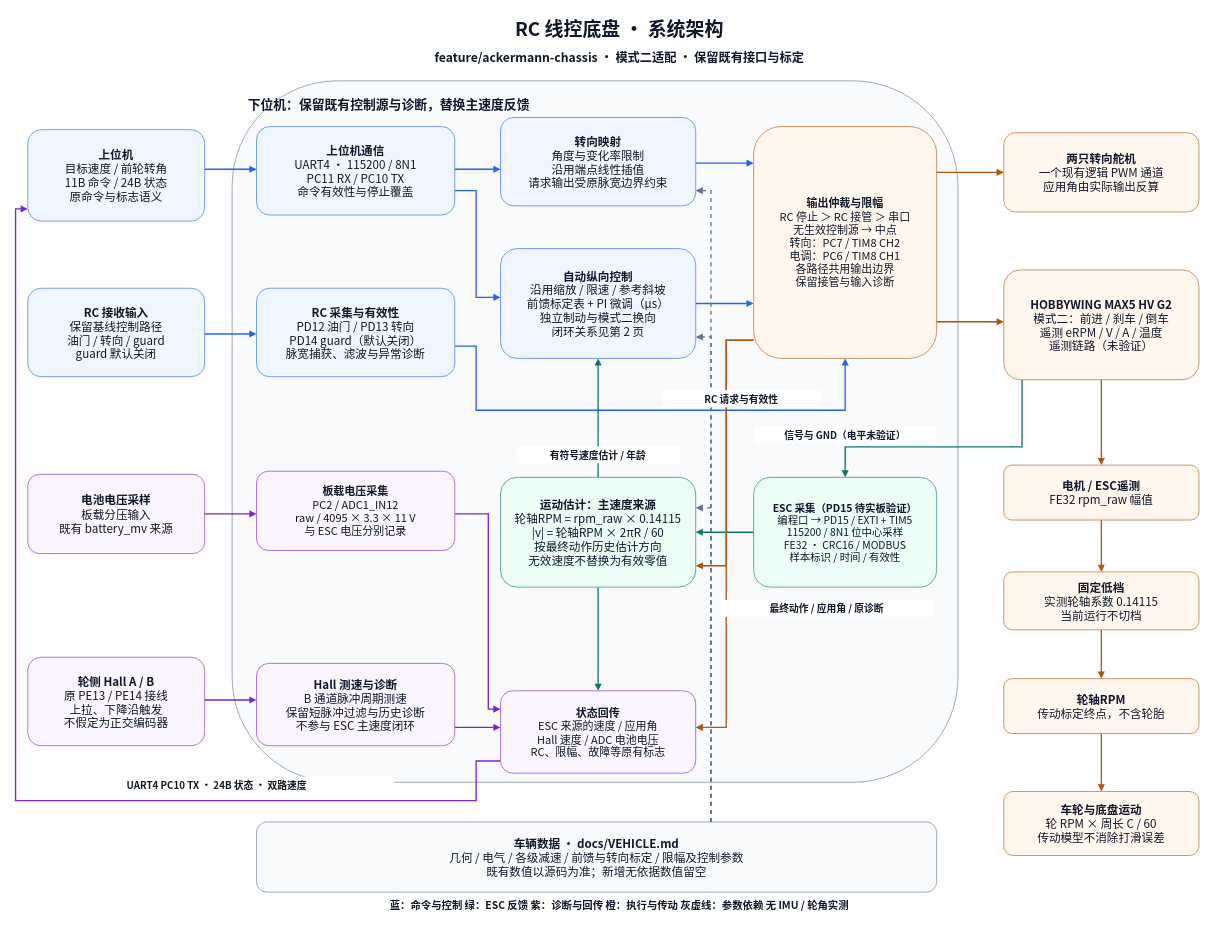
Before: page "01 系统架构与数据来源" (1 of 2) of docs/diagrams/chassis.drawio in XM-LEES/RCCar-Firmware, a draw.io diagram. Source tidied: cells renumbered, new cells numbered last; positions are measured from the earlier drawing's top-left corner, leaving out a move shared by most shapes. Both pictures are drawn from the tidied source at 61%, with x=0, y=0 at pixel (15, 10).
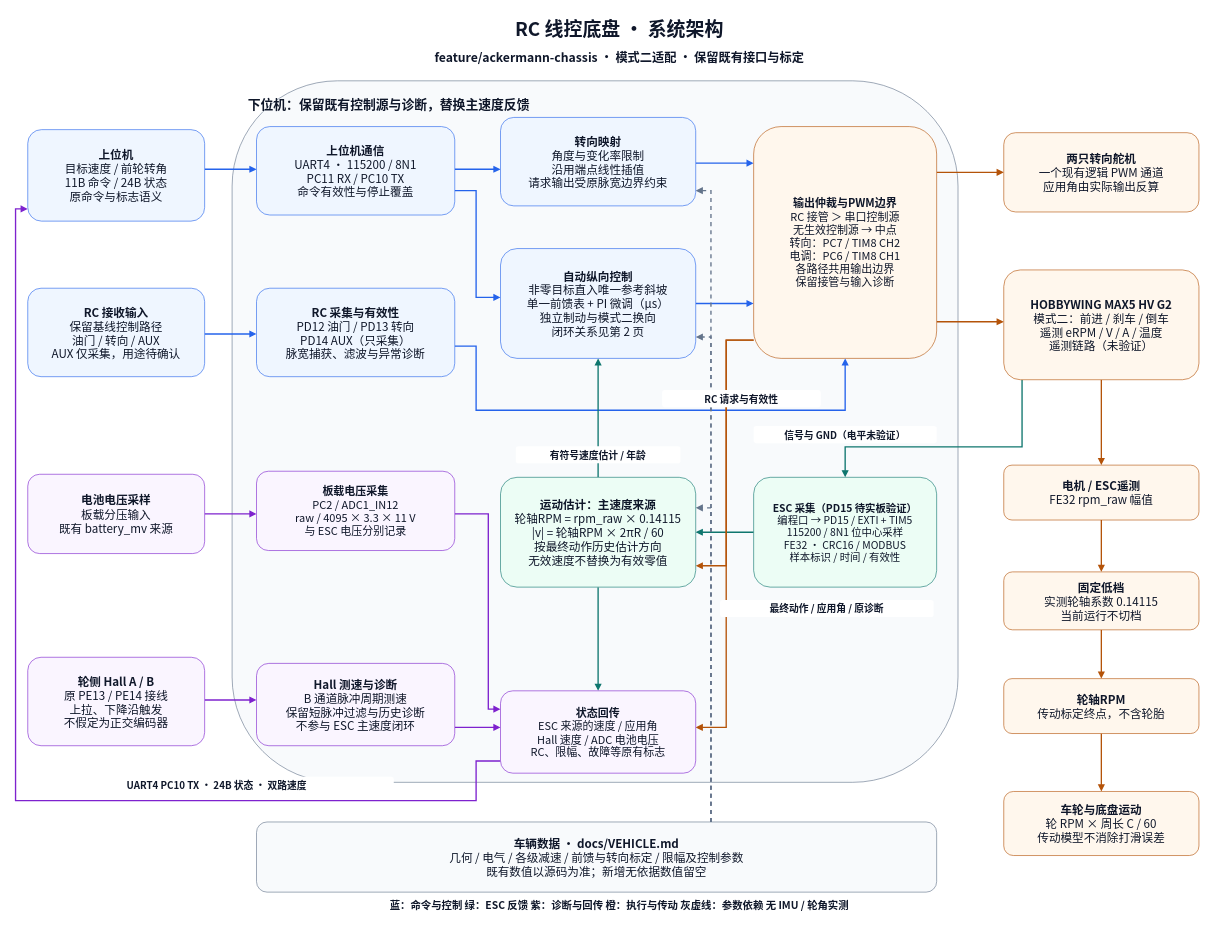
After the change.

Change to the diagram source:
```diff
@@
-    <mxCell id="35" value="&lt;b&gt;自动纵向控制&lt;/b&gt;&lt;br&gt;沿用缩放 / 限速 / 参考斜坡&lt;br&gt;前馈标定表 + PI 微调（µs）&lt;br&gt;独立制动与模式二换向&lt;br&gt;闭环关系见第 2 页" style="rounded=1;whiteSpace=wrap;html=1;fontFamily=Noto Sans CJK SC;fontSize=19;fontColor=#0f172a;fillColor=#eff6ff;strokeColor=#2563eb;spacing=8;" parent="1" vertex="1">
+    <mxCell id="35" value="&lt;b&gt;自动纵向控制&lt;/b&gt;&lt;br&gt;非零目标直入唯一参考斜坡&lt;br&gt;单一前馈表 + PI 微调（µs）&lt;br&gt;独立制动与模式二换向&lt;br&gt;闭环关系见第 2 页" style="rounded=1;whiteSpace=wrap;html=1;fontFamily=Noto Sans CJK SC;fontSize=19;fontColor=#0f172a;fillColor=#eff6ff;strokeColor=#2563eb;spacing=8;" parent="1" vertex="1">
       <mxGeometry x="795" y="390" width="320" height="180" as="geometry" />
     </mxCell>
-    <mxCell id="36" value="&lt;b&gt;输出仲裁与限幅&lt;/b&gt;&lt;br&gt;RC 停止 ＞ RC 接管 ＞ 串口&lt;br&gt;无生效控制源 → 中点&lt;br&gt;转向：PC7 / TIM8 CH2&lt;br&gt;电调：PC6 / TIM8 CH1&lt;br&gt;各路径共用输出边界&lt;br&gt;保留接管与输入诊断" style="rounded=1;whiteSpace=wrap;html=1;fontFamily=Noto Sans CJK SC;fontSize=18;fontColor=#0f172a;fillColor=#fff7ed;strokeColor=#b45309;spacing=8;" parent="1" vertex="1">
+    <mxCell id="36" value="&lt;b&gt;输出仲裁与PWM边界&lt;/b&gt;&lt;br&gt;RC 接管 ＞ 串口控制源&lt;br&gt;无生效控制源 → 中点&lt;br&gt;转向：PC7 / TIM8 CH2&lt;br&gt;电调：PC6 / TIM8 CH1&lt;br&gt;各路径共用输出边界&lt;br&gt;保留接管与输入诊断" style="rounded=1;whiteSpace=wrap;html=1;fontFamily=Noto Sans CJK SC;fontSize=18;fontColor=#0f172a;fillColor=#fff7ed;strokeColor=#b45309;spacing=8;" parent="1" vertex="1">
       <mxGeometry x="1210" y="190" width="300" height="380" as="geometry" />
     </mxCell>
@@
-    <mxCell id="39" value="&lt;b&gt;RC 接收输入&lt;/b&gt;&lt;br&gt;保留基线控制路径&lt;br&gt;油门 / 转向 / guard&lt;br&gt;guard 默认关闭" style="rounded=1;whiteSpace=wrap;html=1;fontFamily=Noto Sans CJK SC;fontSize=19;fontColor=#0f172a;fillColor=#eff6ff;strokeColor=#2563eb;spacing=8;" parent="1" vertex="1">
+    <mxCell id="39" value="&lt;b&gt;RC 接收输入&lt;/b&gt;&lt;br&gt;保留基线控制路径&lt;br&gt;油门 / 转向 / AUX&lt;br&gt;AUX 仅采集，用途待确认" style="rounded=1;whiteSpace=wrap;html=1;fontFamily=Noto Sans CJK SC;fontSize=19;fontColor=#0f172a;fillColor=#eff6ff;strokeColor=#2563eb;spacing=8;" parent="1" vertex="1">
       <mxGeometry x="20" y="455" width="290" height="145" as="geometry" />
     </mxCell>
-    <mxCell id="40" value="&lt;b&gt;RC 采集与有效性&lt;/b&gt;&lt;br&gt;PD12 油门 / PD13 转向&lt;br&gt;PD14 guard（默认关闭）&lt;br&gt;脉宽捕获、滤波与异常诊断" style="rounded=1;whiteSpace=wrap;html=1;fontFamily=Noto Sans CJK SC;fontSize=19;fontColor=#0f172a;fillColor=#eff6ff;strokeColor=#2563eb;spacing=8;" parent="1" vertex="1">
+    <mxCell id="40" value="&lt;b&gt;RC 采集与有效性&lt;/b&gt;&lt;br&gt;PD12 油门 / PD13 转向&lt;br&gt;PD14 AUX（只采集）&lt;br&gt;脉宽捕获、滤波与异常诊断" style="rounded=1;whiteSpace=wrap;html=1;fontFamily=Noto Sans CJK SC;fontSize=19;fontColor=#0f172a;fillColor=#eff6ff;strokeColor=#2563eb;spacing=8;" parent="1" vertex="1">
       <mxGeometry x="395" y="455" width="325" height="145" as="geometry" />
     </mxCell>
```
